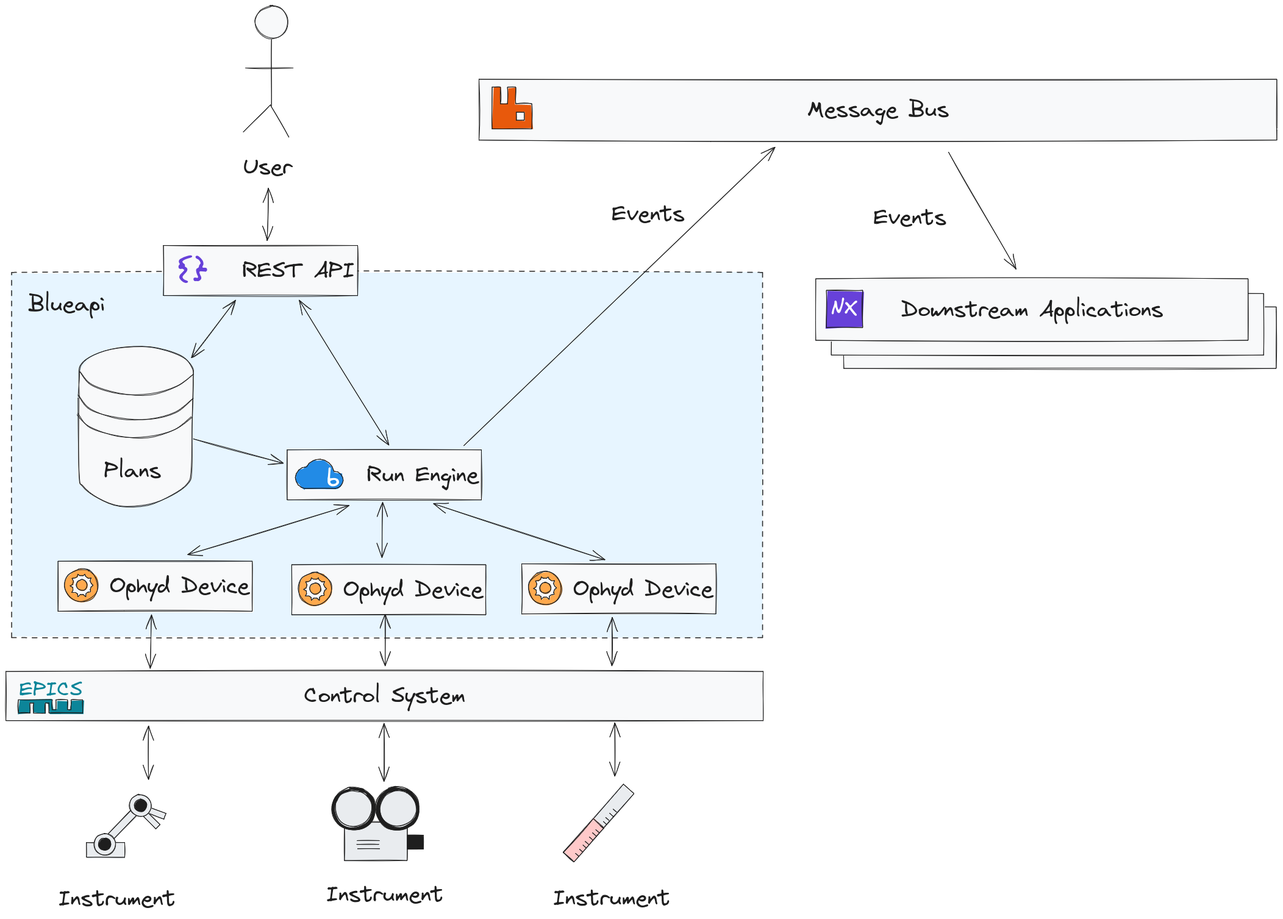
This is main/_images/blueapi.png from DiamondLightSource/blueapi, a Excalidraw export, as it was before one commit. Source tidied: one line per element, renumbered; positions are measured from the earlier drawing's top-left corner, leaving out a move shared by most shapes.
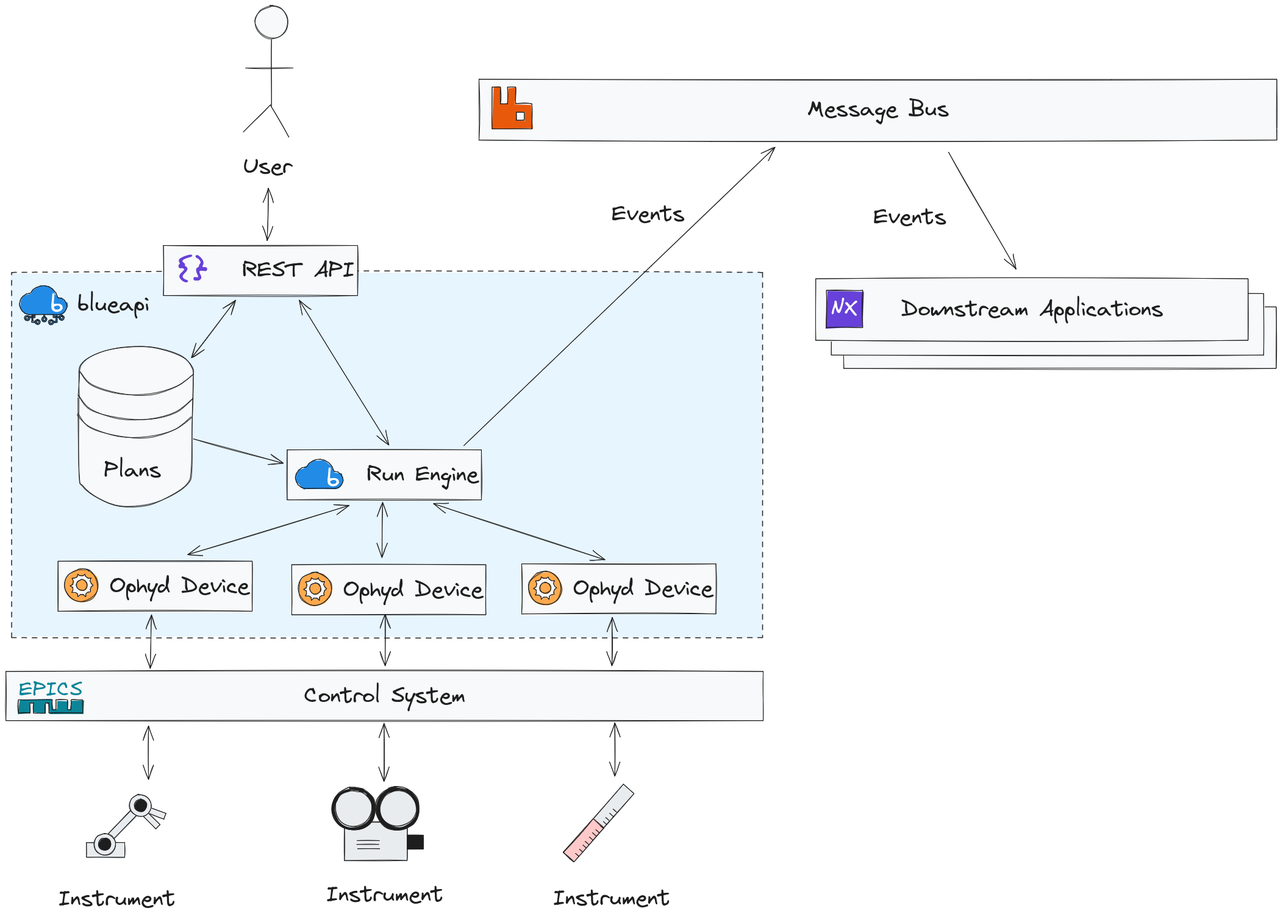
Later version of the same file.

Change to the diagram source:
```diff
@@ -68,7 +68,7 @@
 {"id": 67, "type": "text", "text": "Message Bus", "strokeColor": "#1e1e1e", "strokeWidth": 1, "roughness": 1, "fontSize": 36, "fontFamily": 1, "textAlign": "center", "verticalAlign": "middle", "inside": 66, "x": 1314, "y": 148, "width": 232, "height": 45}
 {"id": 68, "type": "rectangle", "strokeColor": "#1e1e1e", "backgroundColor": "#f8f9fa", "fillStyle": "solid", "strokeWidth": 1, "roughness": 1, "x": 258, "y": 393, "width": 318, "height": 82}
 {"id": 69, "type": "text", "text": "REST API", "strokeColor": "#1e1e1e", "backgroundColor": "#f8f9fa", "fillStyle": "solid", "strokeWidth": 1, "roughness": 1, "fontSize": 36, "fontFamily": 1, "textAlign": "right", "verticalAlign": "middle", "inside": 68, "x": 387, "y": 412, "width": 185, "height": 45}
-{"id": 70, "type": "text", "text": "{}", "strokeColor": "#6741d9", "backgroundColor": "#f8f9fa", "fillStyle": "solid", "strokeWidth": 1, "roughness": 1, "fontSize": 47.21, "fontFamily": 1, "textAlign": "right", "x": 280, "y": 407, "width": 50, "height": 59}
+{"id": 70, "type": "text", "text": "{}", "strokeColor": "#6741d9", "backgroundColor": "#f8f9fa", "fillStyle": "solid", "strokeWidth": 1, "roughness": 1, "fontSize": 47.21, "fontFamily": 1, "textAlign": "right", "x": 279, "y": 407, "width": 50, "height": 59}
 {"id": 71, "type": "rectangle", "strokeColor": "#1e1e1e", "backgroundColor": "#f8f9fa", "fillStyle": "solid", "strokeWidth": 1, "roughness": 1, "x": 86, "y": 911, "width": 318, "height": 82}
 {"id": 72, "type": "text", "text": "Ophyd Device", "strokeColor": "#1e1e1e", "strokeWidth": 1, "roughness": 1, "fontSize": 36, "fontFamily": 1, "textAlign": "right", "verticalAlign": "middle", "inside": 71, "x": 170, "y": 929, "width": 229, "height": 45}
 {"id": 73, "type": "ellipse", "strokeColor": "#1e1e1e", "backgroundColor": "#ffa94d", "fillStyle": "solid", "strokeWidth": 1, "roughness": 1, "x": 97, "y": 923, "width": 54, "height": 54}
@@ -98,5 +98,22 @@
 {"id": 97, "type": "arrow", "strokeColor": "#1e1e1e", "backgroundColor": "#6741d9", "fillStyle": "solid", "strokeWidth": 1, "roughness": 1, "endArrowhead": "arrow", "from": 66, "to": 92, "x": 1546, "y": 240, "width": 111, "height": 192, "points": [[0, 0], [111, 192]]}
 {"id": 98, "type": "text", "text": "Events", "strokeColor": "#1e1e1e", "backgroundColor": "#6741d9", "fillStyle": "solid", "strokeWidth": 1, "roughness": 1, "fontSize": 36, "fontFamily": 1, "textAlign": "right", "x": 993, "y": 319, "width": 120, "height": 45}
 {"id": 99, "type": "text", "text": "Events", "strokeColor": "#1e1e1e", "backgroundColor": "#6741d9", "fillStyle": "solid", "strokeWidth": 1, "roughness": 1, "fontSize": 36, "fontFamily": 1, "textAlign": "right", "x": 1422, "y": 325, "width": 120, "height": 45}
-{"id": 100, "type": "text", "text": "Blueapi", "strokeColor": "#1e1e1e", "backgroundColor": "#6741d9", "fillStyle": "solid", "strokeWidth": 1, "roughness": 1, "fontSize": 36, "fontFamily": 1, "textAlign": "right", "x": 37, "y": 467, "width": 125, "height": 45}
+{"id": 100, "type": "text", "text": "blueapi", "strokeColor": "#1e1e1e", "backgroundColor": "#6741d9", "fillStyle": "solid", "strokeWidth": 1, "roughness": 1, "fontSize": 36, "fontFamily": 1, "textAlign": "right", "x": 118, "y": 467, "width": 118, "height": 45}
 {"id": 101, "type": "arrow", "strokeColor": "#1e1e1e", "backgroundColor": "#6741d9", "fillStyle": "solid", "strokeWidth": 1, "roughness": 1, "startArrowhead": "arrow", "endArrowhead": "arrow", "from": 42, "to": 68, "x": 430, "y": 299, "width": 2, "height": 86, "points": [[0, 0], [-2, 86]]}
+{"id": 102, "type": "line", "strokeColor": "#1e1e1e", "backgroundColor": "#228be6", "fillStyle": "solid", "strokeWidth": 1, "roughness": 1, "x": 78, "y": 518, "width": 6, "height": 15, "points": [[0, 0], [4, 0], [4, -13], [6, -13], [6, 2], [0, 2]]}
+{"id": 103, "type": "line", "strokeColor": "#1e1e1e", "backgroundColor": "#228be6", "fillStyle": "solid", "strokeWidth": 1, "roughness": 1, "x": 78, "y": 505, "width": 12, "height": 7, "points": [[0, 0], [0, 6], [12, 6], [12, 5], [2, 4], [2, -1]]}
+{"id": 104, "type": "rectangle", "strokeColor": "#1e1e1e", "backgroundColor": "#228be6", "fillStyle": "solid", "strokeWidth": 1, "roughness": 1, "x": 62, "y": 504, "width": 2, "height": 7}
+{"id": 105, "type": "line", "strokeColor": "#1e1e1e", "backgroundColor": "#228be6", "fillStyle": "solid", "strokeWidth": 1, "roughness": 1, "x": 43, "y": 505, "width": 9, "height": 14, "points": [[0, 0], [0, 14], [8, 14], [8, 13], [2, 12], [2, 0]]}
+{"id": 106, "type": "line", "strokeColor": "#1e1e1e", "backgroundColor": "#228be6", "fillStyle": "solid", "strokeWidth": 1, "roughness": 1, "x": 46, "y": 504, "width": 12, "height": 7, "points": [[0, 0], [0, 5], [-11, 5], [-11, 7], [1, 7], [2, 0]]}
+{"id": 107, "type": "ellipse", "strokeColor": "#1e1e1e", "backgroundColor": "#228be6", "fillStyle": "solid", "strokeWidth": 1, "roughness": 1, "x": 48, "y": 514, "width": 8, "height": 8}
+{"id": 108, "type": "ellipse", "strokeColor": "#1e1e1e", "backgroundColor": "#e7f5ff", "fillStyle": "solid", "strokeWidth": 1, "roughness": 1, "x": 50, "y": 516, "width": 4, "height": 4}
+{"id": 109, "type": "ellipse", "strokeColor": "#1e1e1e", "backgroundColor": "#228be6", "fillStyle": "solid", "strokeWidth": 1, "roughness": 1, "x": 31, "y": 508, "width": 8, "height": 8}
+{"id": 110, "type": "ellipse", "strokeColor": "#1e1e1e", "backgroundColor": "#e7f5ff", "fillStyle": "solid", "strokeWidth": 1, "roughness": 1, "x": 33, "y": 510, "width": 4, "height": 4}
+{"id": 111, "type": "ellipse", "strokeColor": "#1e1e1e", "backgroundColor": "#228be6", "fillStyle": "solid", "strokeWidth": 1, "roughness": 1, "x": 59, "y": 510, "width": 8, "height": 8}
+{"id": 112, "type": "ellipse", "strokeColor": "#1e1e1e", "backgroundColor": "#e7f5ff", "fillStyle": "solid", "strokeWidth": 1, "roughness": 1, "x": 61, "y": 512, "width": 4, "height": 4}
+{"id": 113, "type": "ellipse", "strokeColor": "#1e1e1e", "backgroundColor": "#228be6", "fillStyle": "solid", "strokeWidth": 1, "roughness": 1, "x": 70, "y": 515, "width": 8, "height": 8}
+{"id": 114, "type": "ellipse", "strokeColor": "#1e1e1e", "backgroundColor": "#e7f5ff", "fillStyle": "solid", "strokeWidth": 1, "roughness": 1, "x": 72, "y": 517, "width": 4, "height": 4}
+{"id": 115, "type": "line", "strokeColor": "#1e1e1e", "backgroundColor": "#228be6", "fillStyle": "solid", "strokeWidth": 1, "roughness": 1, "x": 38, "y": 507, "width": 78, "height": 48, "points": [[0, 0], [49, 0], [54, -1], [58, -4], [61, -8], [62, -13], [61, -19], [58, -23], [54, -27], [47, -28], [44, -36], [39, -42], [32, -46], [25, -48], [19, -47], [12, -45], [7, -41], [3, -35], [-5, -34], [-10, -30], [-14, -24], [-16, -18], [-15, -12], [-11, -6], [-6, -2], [0, 0]]}
+{"id": 116, "type": "text", "text": "b", "strokeColor": "#ffffff", "backgroundColor": "#228be6", "fillStyle": "solid", "strokeWidth": 1, "roughness": 1, "fontSize": 40.6, "fontFamily": 1, "textAlign": "right", "x": 73, "y": 466, "width": 21, "height": 51}
+{"id": 117, "type": "ellipse", "strokeColor": "#1e1e1e", "backgroundColor": "#228be6", "fillStyle": "solid", "strokeWidth": 1, "roughness": 1, "x": 87, "y": 507, "width": 8, "height": 8}
+{"id": 118, "type": "ellipse", "strokeColor": "#1e1e1e", "backgroundColor": "#e7f5ff", "fillStyle": "solid", "strokeWidth": 1, "roughness": 1, "x": 89, "y": 509, "width": 4, "height": 4}
```
